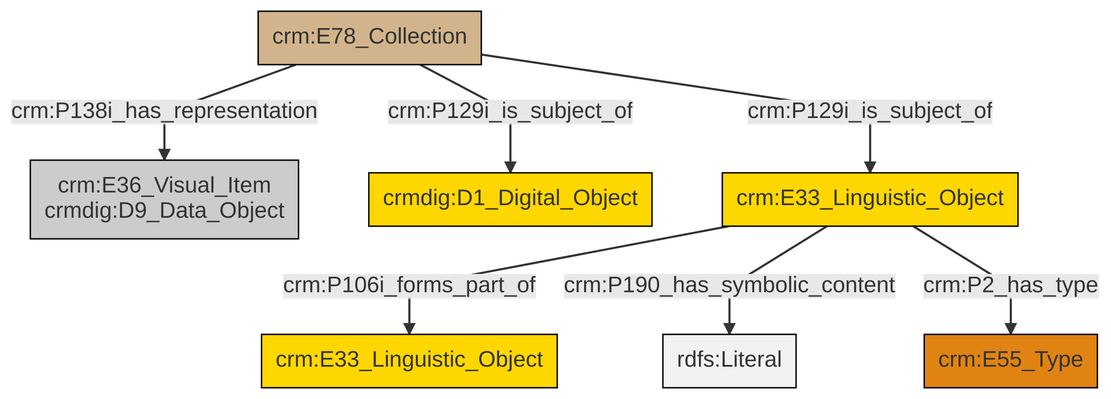
Earlier version of the Mermaid export et/archivalCSV/ttl/mmd/png/archival_docs.png (swiss-art-research-net/docs.swissartresearch). Its source is kept beside it as et/archivalCSV/ttl/mmd/archival_docs.ttl.mmd.
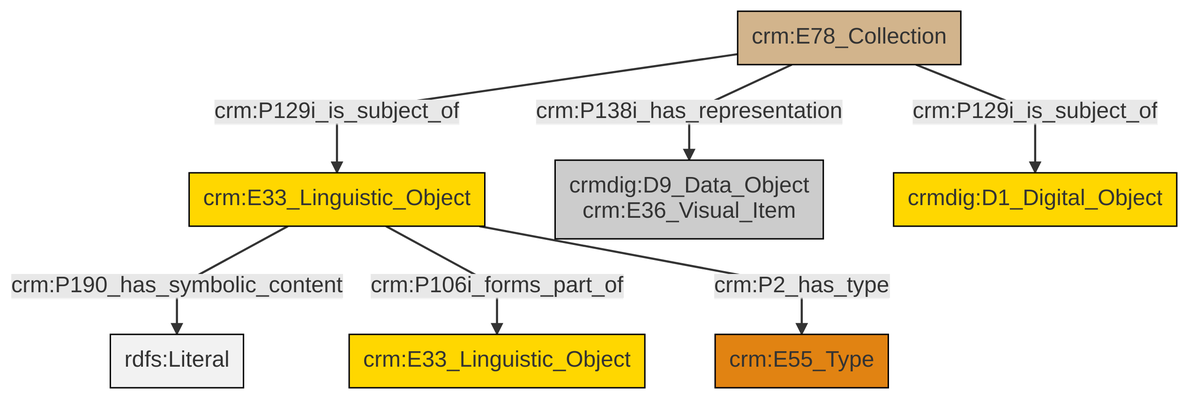
The same diagram one commit later.

What changed in the source:
```diff
@@ -13,9 +13,9 @@
 classDef PC_Classes fill:#4ce600, stroke:#000000;
 classDef Multi fill:#cccccc,stroke:#000000;
 
-2["crm:E78_Collection"]:::Physical_Thing -->|crm:P138i_has_representation| 3["crm:E36_Visual_Item<br>crmdig:D9_Data_Object"]:::Multi
-2["crm:E78_Collection"]:::Physical_Thing -->|crm:P129i_is_subject_of| 4["crmdig:D1_Digital_Object"]:::Conceptual_Object
-2["crm:E78_Collection"]:::Physical_Thing -->|crm:P129i_is_subject_of| 5["crm:E33_Linguistic_Object"]:::Conceptual_Object
-5["crm:E33_Linguistic_Object"]:::Conceptual_Object -->|crm:P106i_forms_part_of| 7["crm:E33_Linguistic_Object"]:::Conceptual_Object
-5["crm:E33_Linguistic_Object"]:::Conceptual_Object -->|crm:P190_has_symbolic_content| 8[rdfs:Literal]:::Literal
-5["crm:E33_Linguistic_Object"]:::Conceptual_Object -->|crm:P2_has_type| 0["crm:E55_Type"]:::Type
+0["crm:E33_Linguistic_Object"]:::Conceptual_Object -->|crm:P190_has_symbolic_content| 1[rdfs:Literal]:::Literal
+0["crm:E33_Linguistic_Object"]:::Conceptual_Object -->|crm:P106i_forms_part_of| 2["crm:E33_Linguistic_Object"]:::Conceptual_Object
+6["crm:E78_Collection"]:::Physical_Thing -->|crm:P138i_has_representation| 7["crmdig:D9_Data_Object<br>crm:E36_Visual_Item"]:::Multi
+6["crm:E78_Collection"]:::Physical_Thing -->|crm:P129i_is_subject_of| 8["crmdig:D1_Digital_Object"]:::Conceptual_Object
+0["crm:E33_Linguistic_Object"]:::Conceptual_Object -->|crm:P2_has_type| 3["crm:E55_Type"]:::Type
+6["crm:E78_Collection"]:::Physical_Thing -->|crm:P129i_is_subject_of| 0["crm:E33_Linguistic_Object"]:::Conceptual_Object
```
